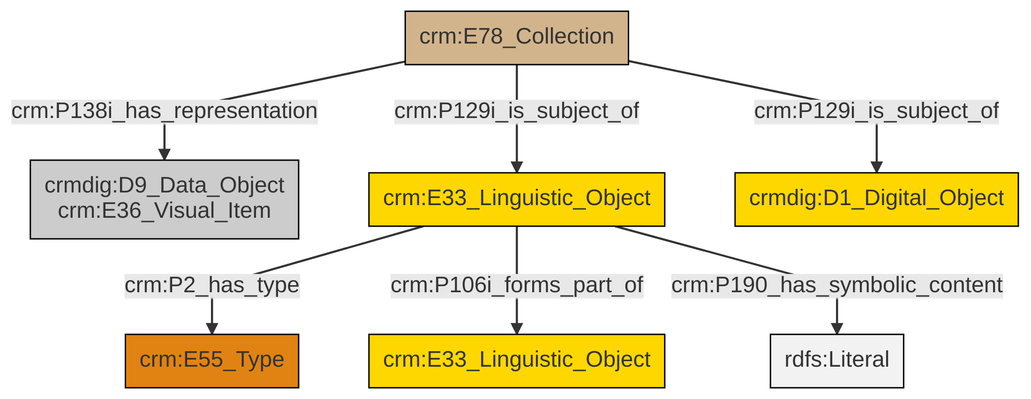
Above: et/archivalCSV/ttl/mmd/png/archival_docs.png in swiss-art-research-net/docs.swissartresearch (Mermaid), before the change. Its source is kept beside it as et/archivalCSV/ttl/mmd/archival_docs.ttl.mmd.
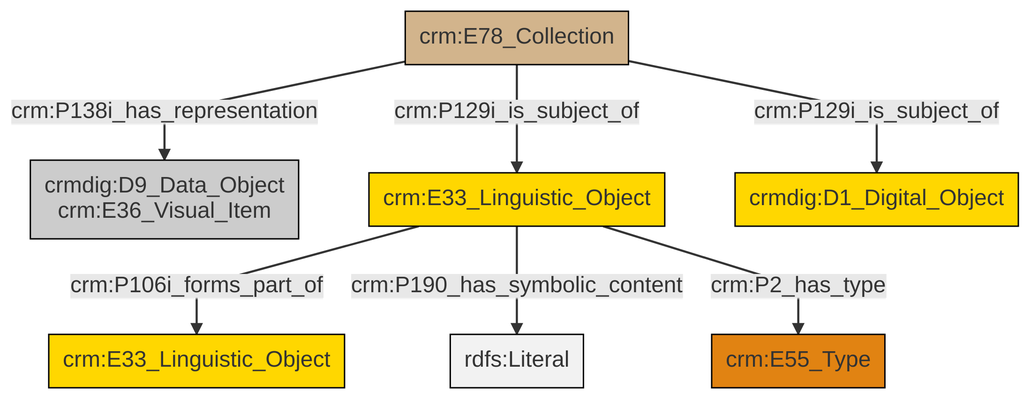
After the commit.

Diff of the diagram source:
```diff
@@ -13,9 +13,9 @@
 classDef PC_Classes fill:#4ce600, stroke:#000000;
 classDef Multi fill:#cccccc,stroke:#000000;
 
-2["crm:E78_Collection"]:::Physical_Thing -->|crm:P138i_has_representation| 0["crmdig:D9_Data_Object<br>crm:E36_Visual_Item"]:::Multi
-5["crm:E33_Linguistic_Object"]:::Conceptual_Object -->|crm:P2_has_type| 3["crm:E55_Type"]:::Type
-2["crm:E78_Collection"]:::Physical_Thing -->|crm:P129i_is_subject_of| 9["crmdig:D1_Digital_Object"]:::Conceptual_Object
-2["crm:E78_Collection"]:::Physical_Thing -->|crm:P129i_is_subject_of| 5["crm:E33_Linguistic_Object"]:::Conceptual_Object
-5["crm:E33_Linguistic_Object"]:::Conceptual_Object -->|crm:P106i_forms_part_of| 7["crm:E33_Linguistic_Object"]:::Conceptual_Object
-5["crm:E33_Linguistic_Object"]:::Conceptual_Object -->|crm:P190_has_symbolic_content| 12[rdfs:Literal]:::Literal
+2["crm:E33_Linguistic_Object"]:::Conceptual_Object -->|crm:P106i_forms_part_of| 3["crm:E33_Linguistic_Object"]:::Conceptual_Object
+5["crm:E78_Collection"]:::Physical_Thing -->|crm:P129i_is_subject_of| 6["crmdig:D1_Digital_Object"]:::Conceptual_Object
+2["crm:E33_Linguistic_Object"]:::Conceptual_Object -->|crm:P190_has_symbolic_content| 7[rdfs:Literal]:::Literal
+5["crm:E78_Collection"]:::Physical_Thing -->|crm:P138i_has_representation| 0["crmdig:D9_Data_Object<br>crm:E36_Visual_Item"]:::Multi
+2["crm:E33_Linguistic_Object"]:::Conceptual_Object -->|crm:P2_has_type| 11["crm:E55_Type"]:::Type
+5["crm:E78_Collection"]:::Physical_Thing -->|crm:P129i_is_subject_of| 2["crm:E33_Linguistic_Object"]:::Conceptual_Object
```
